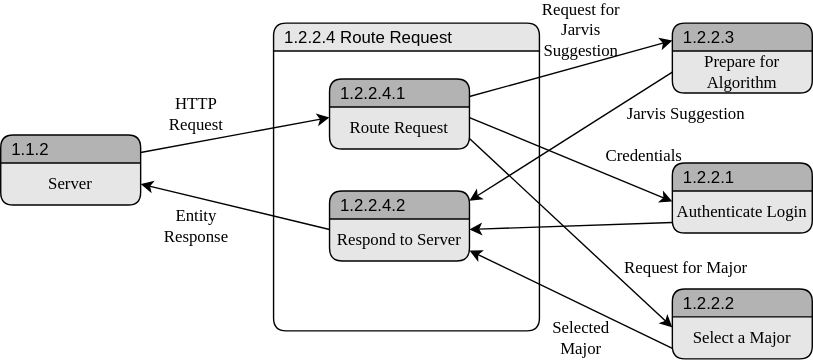
This is Logic/TeamTwoFiles/1.2.2.4.DFD.drawio.svg from MckennahPalmer/CSE430, a draw.io export, as it was before one commit. Source tidied: cells renumbered, new cells last; positions are measured from the earlier drawing's top-left corner, leaving out a move shared by most shapes.
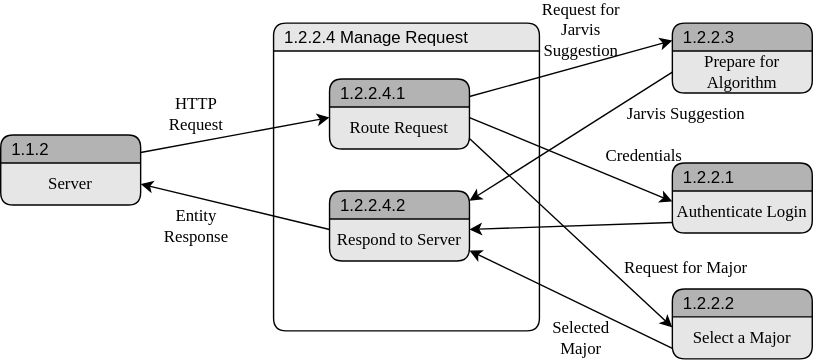
After the change.

Commit message:
Corrected 1.2.2.4 Name

The edit, as a diff of the source:
```diff
@@ -2,7 +2,7 @@
   <root>
     <mxCell id="0" />
     <mxCell id="1" parent="0" />
-    <mxCell id="2" value="1.2.2.4 Route Request" style="swimlane;fontStyle=0;horizontal=1;startSize=20;fillColor=#E6E6E6;swimlaneFillColor=#FFFFFF;rounded=1;strokeColor=default;align=left;verticalAlign=middle;fontFamily=Helvetica;fontSize=12;fontColor=default;spacingLeft=6;shadow=0;" parent="1" vertex="1">
+    <mxCell id="2" value="1.2.2.4 Manage Request" style="swimlane;fontStyle=0;horizontal=1;startSize=20;fillColor=#E6E6E6;swimlaneFillColor=#FFFFFF;rounded=1;strokeColor=default;align=left;verticalAlign=middle;fontFamily=Helvetica;fontSize=12;fontColor=default;spacingLeft=6;shadow=0;" parent="1" vertex="1">
       <mxGeometry x="195" y="10" width="190" height="220" as="geometry" />
     </mxCell>
     <mxCell id="3" style="edgeStyle=none;rounded=0;jettySize=auto;html=1;exitX=1;exitY=0.25;exitDx=0;exitDy=0;entryX=0;entryY=0.25;entryDx=0;entryDy=0;" parent="1" edge="1" source="4" target="11">
```
